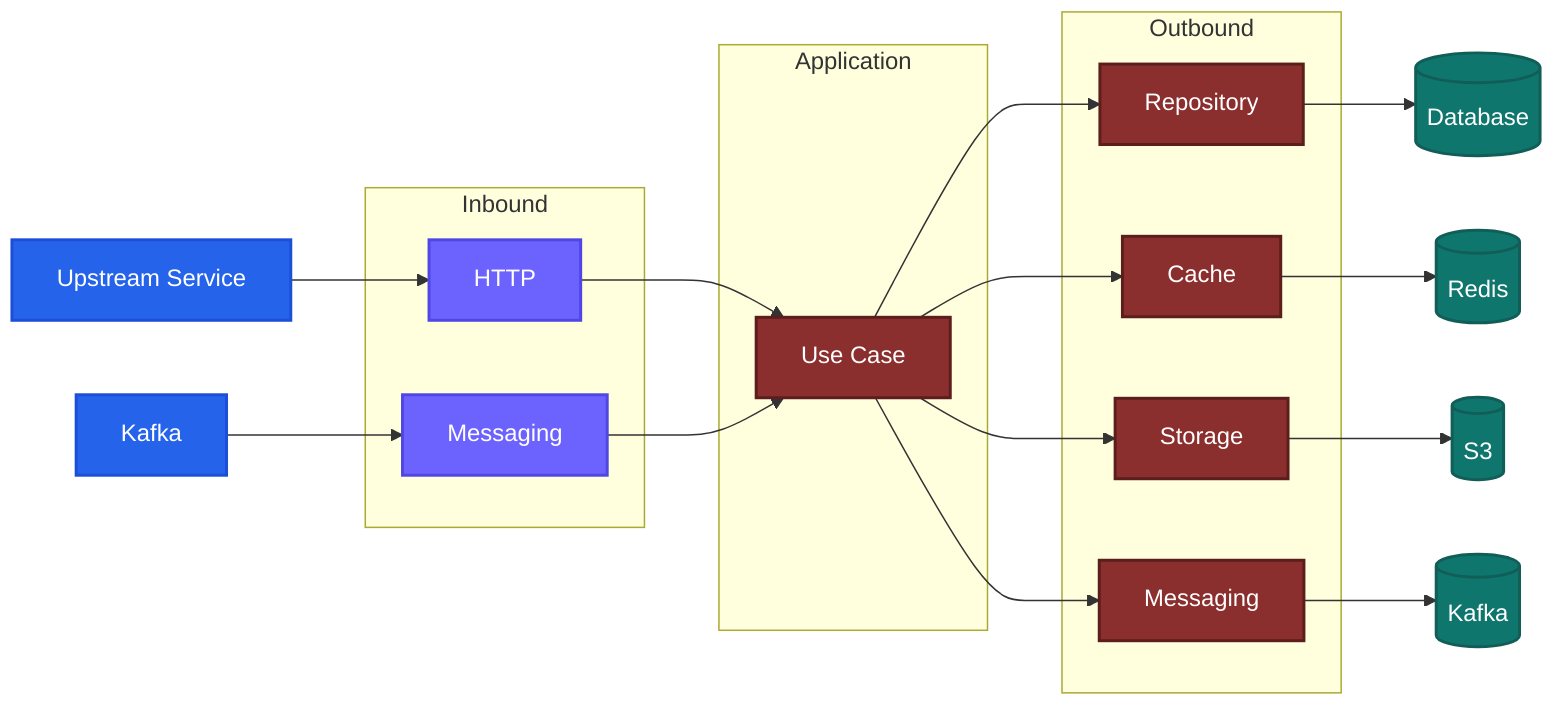
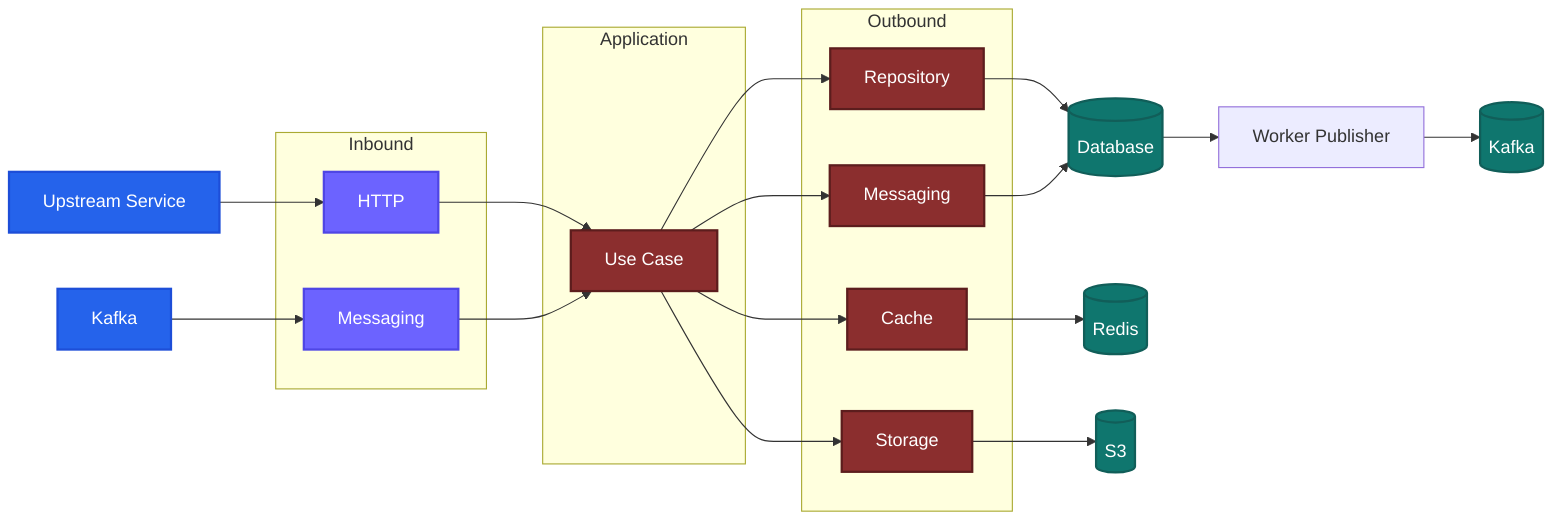
flowchart LR

%% External Inputs
US[Upstream Service]
KF[Kafka]

subgraph INBOUND["Inbound"]
    HTTP[HTTP]
    MSGIN[Messaging]
end

subgraph APPLICATION["Application"]
    UC[Use Case]
end

subgraph OUTBOUND["Outbound"]
    REPO[Repository]
    CACHE[Cache]
    STORE[Storage]
    MSGOUT[Messaging]
end

+ WP[Worker Publisher]
+ 
DB[(Database)]
REDIS[(Redis)]
S3[(S3)]
KP[(Kafka)]

%% Input
US --> HTTP
KF --> MSGIN

HTTP --> UC
MSGIN --> UC

%% Outbound
UC --> REPO
UC --> CACHE
UC --> STORE
UC --> MSGOUT

REPO --> DB
CACHE --> REDIS
STORE --> S3
- MSGOUT --> KP
+ MSGOUT --> DB
+ 
+ DB --> WP
+ WP --> KP

%% Styles
classDef Inbound fill:#6C63FF,stroke:#4F46E5,color:#fff,stroke-width:2px;
classDef app fill:#8B2E2E,stroke:#5C1D1D,color:#fff,stroke-width:2px;
classDef OUTBOUND fill:#8B2E2E,stroke:#5C1D1D,color:#fff,stroke-width:2px;
classDef external fill:#2563EB,stroke:#1D4ED8,color:#fff,stroke-width:2px;
classDef storage fill:#0F766E,stroke:#115E59,color:#fff,stroke-width:2px;

class HTTP,MSGIN Inbound;
class UC,REPO,CACHE,STORE,MSGOUT app;
class US,KF,SCH,KP external;
class DB,REDIS,S3,KP storage;